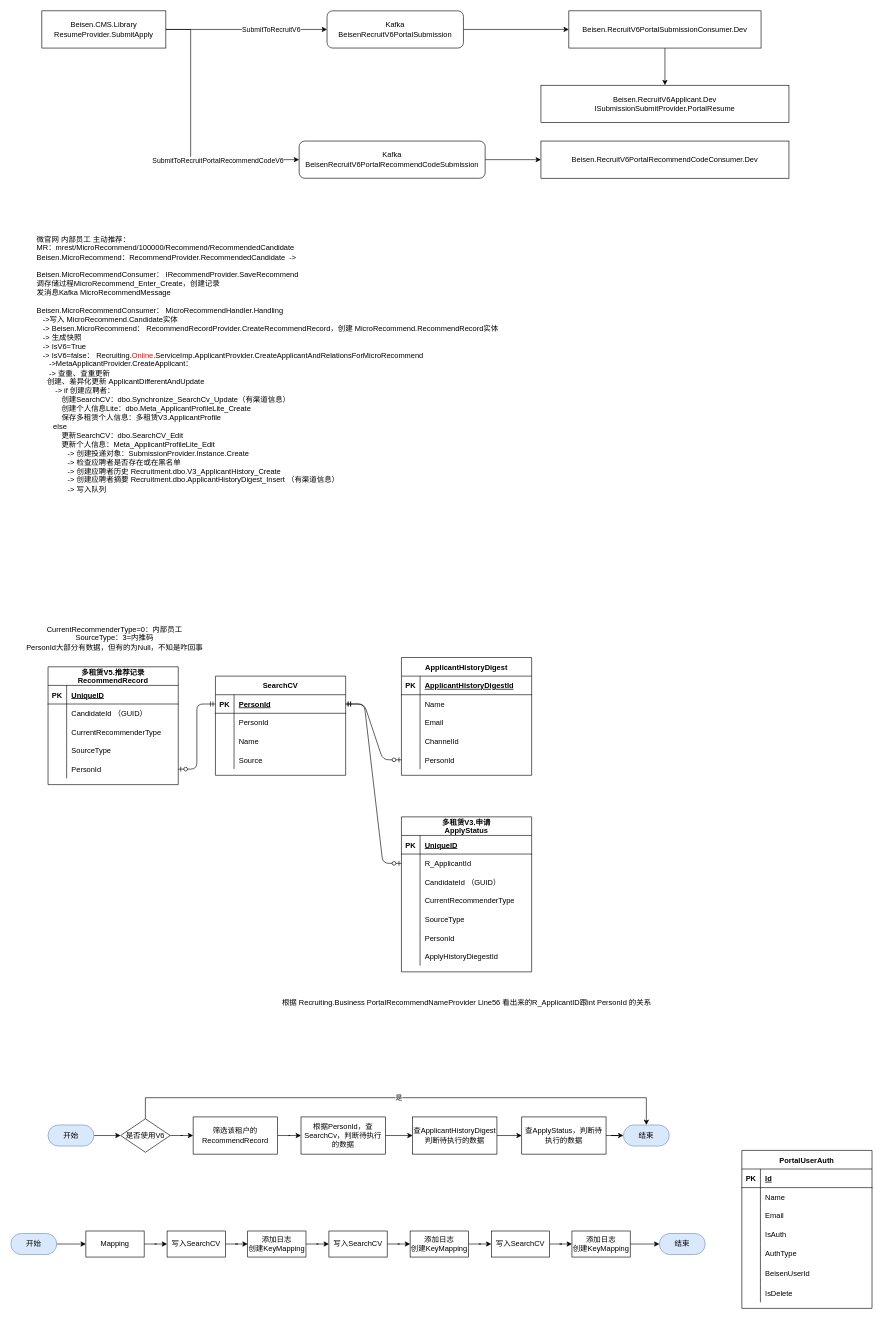
Before: 内推工具-网申入库.drawio in Lucas20029/MyDiagrams, a draw.io diagram. Source tidied: cells renumbered, new cells numbered last; positions are measured from the earlier drawing's top-left corner, leaving out a move shared by most shapes. Both pictures are drawn from the tidied source at 62%, with x=0, y=0 at pixel (11, 11).
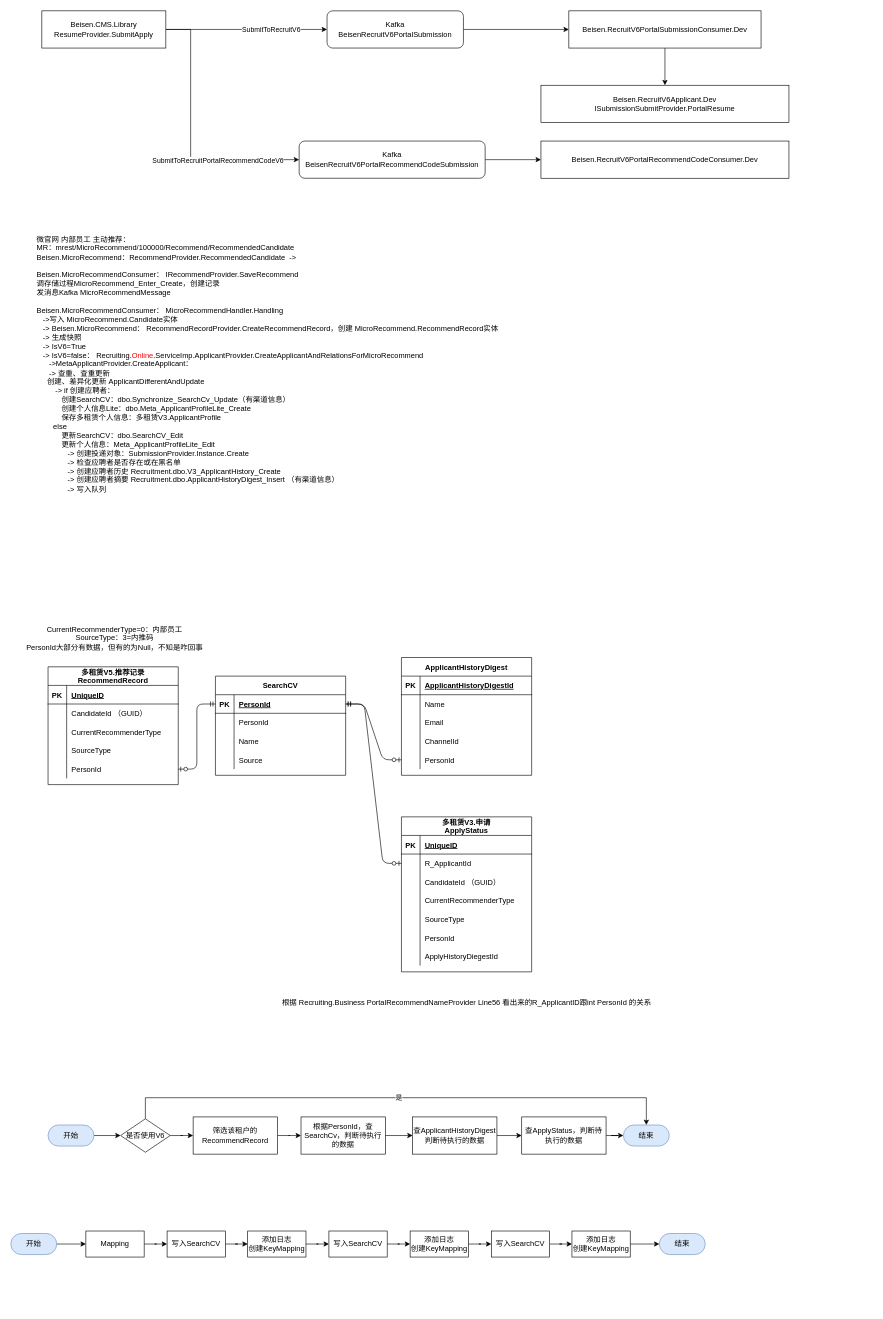
After the change.

Commit message:
Update 内推工具-网申入库.drawio

The edit, as a diff of the source:
```diff
@@
-    <mxCell id="119" value="PortalUserAuth" style="shape=table;startSize=30;childLayout=tableLayout;rowLines=0;fontStyle=1;align=center;" parent="1" vertex="1">
-      <mxGeometry x="1179" y="1838" width="210" height="254.8" as="geometry" />
-    </mxCell>
-    <mxCell id="120" style="shape=partialRectangle;fillColor=none;top=0;left=0;bottom=1;right=0;" parent="119" vertex="1">
-      <mxGeometry y="30" width="210" height="30" as="geometry" />
-    </mxCell>
-    <mxCell id="121" value="PK" style="shape=partialRectangle;fillColor=none;top=0;left=0;bottom=0;right=0;fontStyle=1;overflow=hidden;" parent="120" vertex="1">
-      <mxGeometry width="30" height="30" as="geometry" />
-    </mxCell>
-    <mxCell id="122" value="Id" style="shape=partialRectangle;fillColor=none;top=0;left=0;bottom=0;right=0;align=left;spacingLeft=6;fontStyle=5;overflow=hidden;" parent="120" vertex="1">
-      <mxGeometry x="30" width="180" height="30" as="geometry" />
-    </mxCell>
-    <mxCell id="123" style="shape=partialRectangle;fillColor=none;top=0;left=0;bottom=0;right=0;" parent="119" vertex="1">
-      <mxGeometry y="60" width="210" height="30" as="geometry" />
-    </mxCell>
-    <mxCell id="124" style="shape=partialRectangle;fillColor=none;top=0;left=0;bottom=0;right=0;overflow=hidden;" parent="123" vertex="1">
-      <mxGeometry width="30" height="30" as="geometry" />
-    </mxCell>
-    <mxCell id="125" value="Name" style="shape=partialRectangle;fillColor=none;top=0;left=0;bottom=0;right=0;align=left;spacingLeft=6;overflow=hidden;" parent="123" vertex="1">
-      <mxGeometry x="30" width="180" height="30" as="geometry" />
-    </mxCell>
-    <mxCell id="126" style="shape=partialRectangle;fillColor=none;top=0;left=0;bottom=0;right=0;" parent="119" vertex="1">
-      <mxGeometry y="90" width="210" height="30" as="geometry" />
-    </mxCell>
-    <mxCell id="127" style="shape=partialRectangle;fillColor=none;top=0;left=0;bottom=0;right=0;overflow=hidden;" parent="126" vertex="1">
-      <mxGeometry width="30" height="30" as="geometry" />
-    </mxCell>
-    <mxCell id="128" value="Email" style="shape=partialRectangle;fillColor=none;top=0;left=0;bottom=0;right=0;align=left;spacingLeft=6;overflow=hidden;" parent="126" vertex="1">
-      <mxGeometry x="30" width="180" height="30" as="geometry" />
-    </mxCell>
-    <mxCell id="129" style="shape=partialRectangle;fillColor=none;top=0;left=0;bottom=0;right=0;" parent="119" vertex="1">
-      <mxGeometry y="120" width="210" height="30" as="geometry" />
-    </mxCell>
-    <mxCell id="130" style="shape=partialRectangle;fillColor=none;top=0;left=0;bottom=0;right=0;overflow=hidden;" parent="129" vertex="1">
-      <mxGeometry width="30" height="30" as="geometry" />
-    </mxCell>
-    <mxCell id="131" value="IsAuth" style="shape=partialRectangle;fillColor=none;top=0;left=0;bottom=0;right=0;align=left;spacingLeft=6;overflow=hidden;" parent="129" vertex="1">
-      <mxGeometry x="30" width="180" height="30" as="geometry" />
-    </mxCell>
-    <mxCell id="132" style="shape=partialRectangle;fillColor=none;top=0;left=0;bottom=0;right=0;" parent="119" vertex="1">
-      <mxGeometry y="150" width="210" height="30" as="geometry" />
-    </mxCell>
-    <mxCell id="133" style="shape=partialRectangle;fillColor=none;top=0;left=0;bottom=0;right=0;overflow=hidden;" parent="132" vertex="1">
-      <mxGeometry width="30" height="30" as="geometry" />
-    </mxCell>
-    <mxCell id="134" value="AuthType" style="shape=partialRectangle;fillColor=none;top=0;left=0;bottom=0;right=0;align=left;spacingLeft=6;overflow=hidden;" parent="132" vertex="1">
-      <mxGeometry x="30" width="180" height="30" as="geometry" />
-    </mxCell>
-    <mxCell id="135" style="shape=partialRectangle;fillColor=none;top=0;left=0;bottom=0;right=0;" parent="119" vertex="1">
-      <mxGeometry y="180" width="210" height="35" as="geometry" />
-    </mxCell>
-    <mxCell id="136" style="shape=partialRectangle;fillColor=none;top=0;left=0;bottom=0;right=0;overflow=hidden;" parent="135" vertex="1">
-      <mxGeometry width="30" height="35" as="geometry" />
-    </mxCell>
-    <mxCell id="137" value="BeisenUserId" style="shape=partialRectangle;fillColor=none;top=0;left=0;bottom=0;right=0;align=left;spacingLeft=6;overflow=hidden;" parent="135" vertex="1">
-      <mxGeometry x="30" width="180" height="35" as="geometry" />
-    </mxCell>
-    <mxCell id="138" style="shape=partialRectangle;fillColor=none;top=0;left=0;bottom=0;right=0;" parent="119" vertex="1">
-      <mxGeometry y="215" width="210" height="30" as="geometry" />
-    </mxCell>
-    <mxCell id="139" style="shape=partialRectangle;fillColor=none;top=0;left=0;bottom=0;right=0;overflow=hidden;" parent="138" vertex="1">
-      <mxGeometry width="30" height="30" as="geometry" />
-    </mxCell>
-    <mxCell id="140" value="IsDelete" style="shape=partialRectangle;fillColor=none;top=0;left=0;bottom=0;right=0;align=left;spacingLeft=6;overflow=hidden;" parent="138" vertex="1">
-      <mxGeometry x="30" width="180" height="30" as="geometry" />
-    </mxCell>
```
